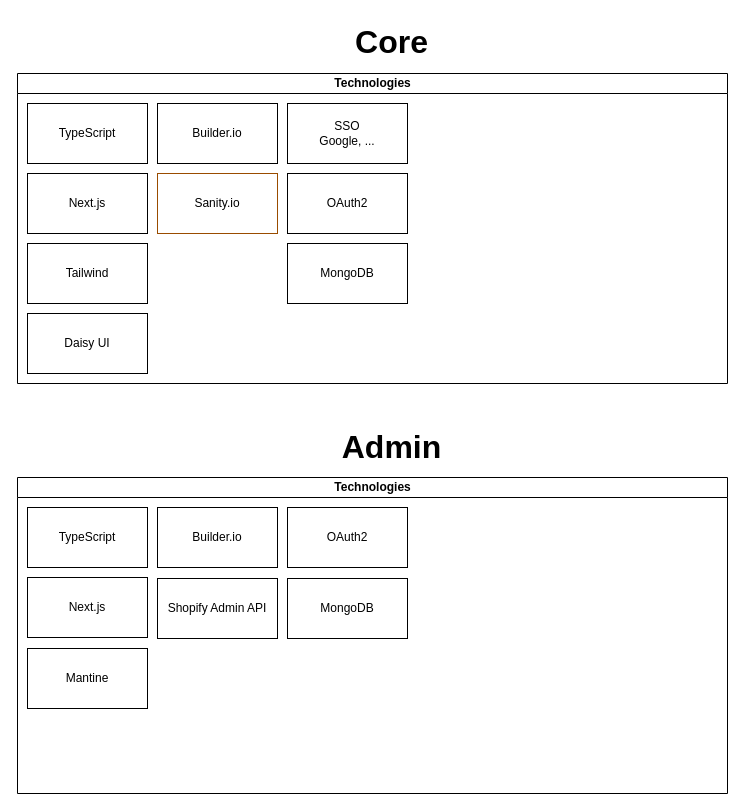
Above: resources/tech_stack.drawio in cjfritz9/ecomm-for-kids (draw.io), before the change. Source tidied: cells renumbered, new cells numbered last; positions are measured from the earlier drawing's top-left corner, leaving out a move shared by most shapes. Both pictures are drawn from the tidied source at 100%, with x=0, y=0 at pixel (17, 17).
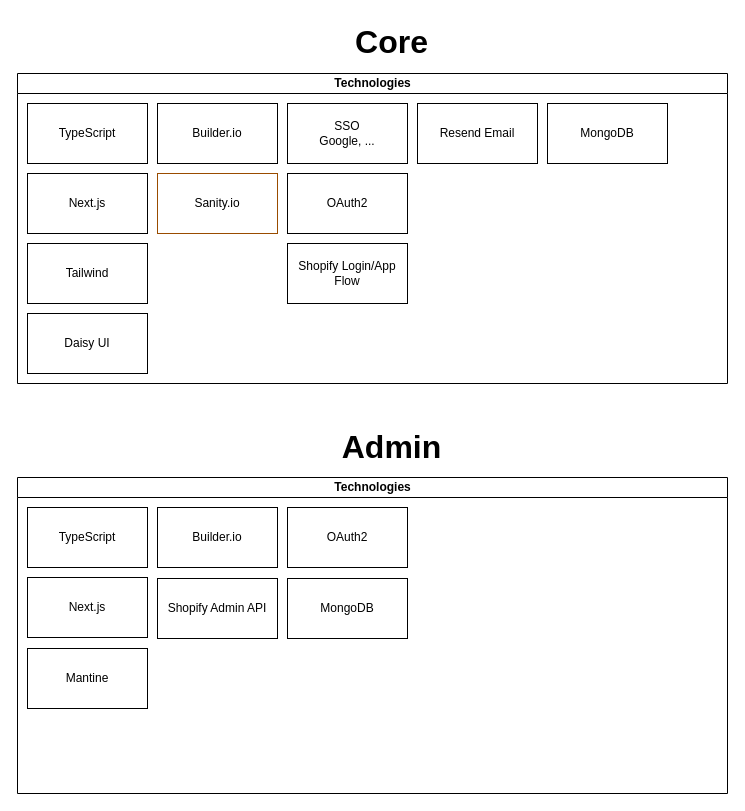
The same diagram, later.

The change refers to these unchanged cells:
```xml
<mxCell id="2" value="Technologies" style="swimlane;html=1;startSize=20;horizontal=1;containerType=tree;glass=0;" parent="1" vertex="1">
  <mxGeometry y="56" width="710" height="310" as="geometry" />
</mxCell>
```

Change to the diagram source:
```diff
@@
-    <mxCell id="8" value="MongoDB" style="rounded=0;whiteSpace=wrap;html=1;" parent="2" vertex="1">
-      <mxGeometry x="270" y="170" width="120" height="60" as="geometry" />
+    <mxCell id="8" value="Resend Email" style="rounded=0;whiteSpace=wrap;html=1;" parent="2" vertex="1">
+      <mxGeometry x="400" y="30" width="120" height="60" as="geometry" />
     </mxCell>
@@
+    <mxCell id="22" value="Shopify Login/App Flow" style="rounded=0;whiteSpace=wrap;html=1;" parent="2" vertex="1">
+      <mxGeometry x="270" y="170" width="120" height="60" as="geometry" />
+    </mxCell>
+    <mxCell id="23" value="MongoDB" style="rounded=0;whiteSpace=wrap;html=1;" parent="2" vertex="1">
+      <mxGeometry x="530" y="30" width="120" height="60" as="geometry" />
+    </mxCell>
```
